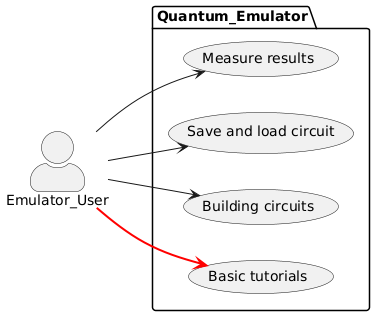
This is puml_quantum_emu.png from SYP-PROJECT/quantum_simulator, a PlantUML export, as it was before one commit. The source it was exported from:
```plantuml
@startuml
left to right direction
skinparam actorStyle awesome
actor Emulator_User as u
package Quantum_Emulator {
  usecase "Basic tutorials" as UC1
  usecase "Building circuits" as UC2
  usecase "Save and load circuit" as UC3
  usecase "Measure results" as UC4
}
u --> UC1 #line:red;line.bold;text:red
u --> UC2
u --> UC3
u --> UC4
@enduml
```
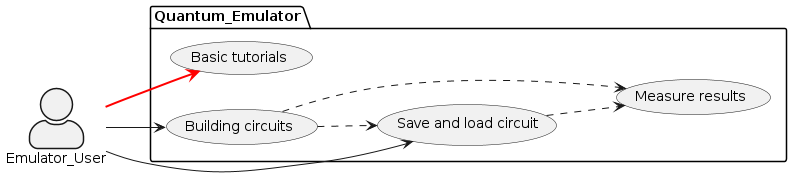
The same file after the commit.

Diff of the diagram source:
```diff
@@ -5,11 +5,14 @@
 package Quantum_Emulator {
   usecase "Basic tutorials" as UC1
   usecase "Building circuits" as UC2
-  usecase "Save and load circuit" as UC3
-  usecase "Measure results" as UC4
+  usecase "Measure results" as UC3
+  usecase "Save and load circuit" as UC4
+
 }
 u --> UC1 #line:red;line.bold;text:red
 u --> UC2
-u --> UC3
 u --> UC4
+UC2 ..> UC4
+UC2 ..> UC3
+UC4 ..> UC3
 @enduml
```
